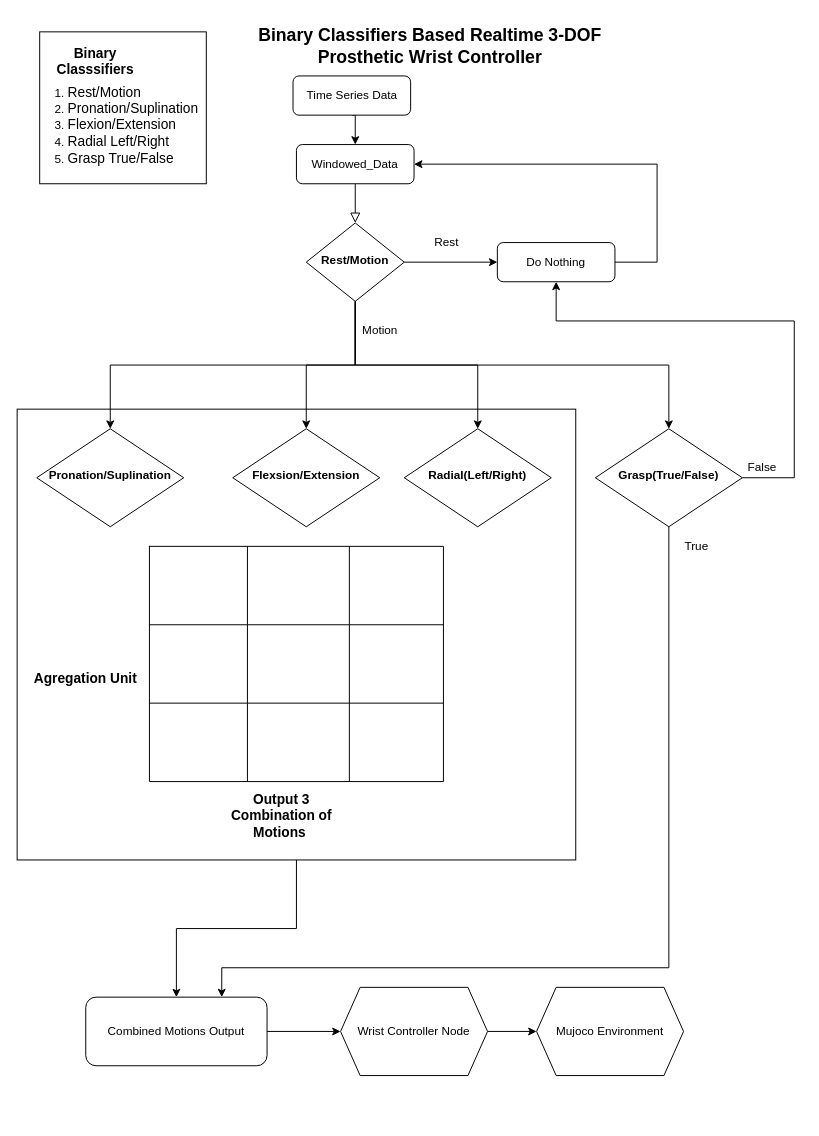
The draw.io diagram media/Motion Controll.drawio in fazildgr8/myotron_wrist_control, before the edit. Source tidied: cells renumbered, new cells numbered last; positions are measured from the earlier drawing's top-left corner, leaving out a move shared by most shapes. Both pictures are drawn from the tidied source at 98%, with x=0, y=0 at pixel (17, 17).
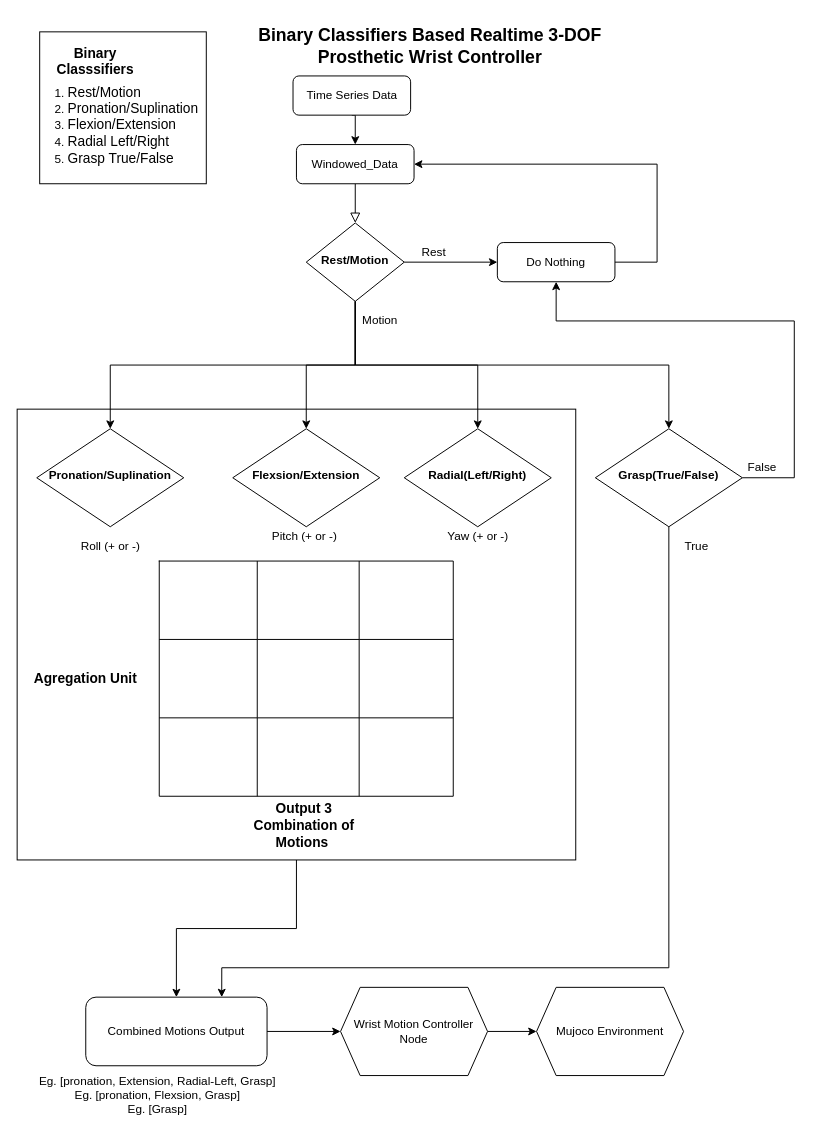
After the change.

What changed in the source:
```diff
@@
     <mxCell id="21" style="shape=table;html=1;whiteSpace=wrap;startSize=0;childLayout=tableLayout;" parent="1" vertex="1">
-      <mxGeometry x="135" y="540" width="300" height="240" as="geometry" />
+      <mxGeometry x="145" y="555" width="300" height="240" as="geometry" />
     </mxCell>
@@
     <mxCell id="34" value="Motion" style="text;html=1;align=center;verticalAlign=middle;" parent="1" vertex="1">
-      <mxGeometry x="345" y="310" width="50" height="20" as="geometry" />
+      <mxGeometry x="345" y="300" width="50" height="20" as="geometry" />
     </mxCell>
@@
-    <mxCell id="42" value="Wrist Controller Node" style="shape=hexagon;perimeter=hexagonPerimeter2;whiteSpace=wrap;html=1;fixedSize=1;" parent="1" vertex="1">
+    <mxCell id="42" value="Wrist Motion Controller Node" style="shape=hexagon;perimeter=hexagonPerimeter2;whiteSpace=wrap;html=1;fixedSize=1;" parent="1" vertex="1">
       <mxGeometry x="330" y="990" width="150" height="90" as="geometry" />
     </mxCell>
@@
     <mxCell id="45" value="&lt;b&gt;&lt;font style=&quot;font-size: 14px&quot;&gt;Output 3 Combination of Motions&amp;nbsp;&lt;/font&gt;&lt;/b&gt;" style="text;html=1;strokeColor=none;fillColor=none;align=center;verticalAlign=middle;whiteSpace=wrap;rounded=0;" parent="1" vertex="1">
-      <mxGeometry x="210" y="810" width="120" height="10" as="geometry" />
+      <mxGeometry x="233" y="820" width="120" height="10" as="geometry" />
     </mxCell>
@@
     <mxCell id="50" value="Rest" style="text;html=1;align=center;verticalAlign=middle;" parent="1" vertex="1">
-      <mxGeometry x="418" y="220" width="40" height="20" as="geometry" />
+      <mxGeometry x="405" y="230" width="40" height="20" as="geometry" />
     </mxCell>
+    <mxCell id="51" value="Roll (+ or -)" style="text;html=1;align=center;verticalAlign=middle;" parent="1" vertex="1">
+      <mxGeometry x="55" y="530" width="80" height="20" as="geometry" />
+    </mxCell>
+    <mxCell id="52" value="Pitch (+ or -)" style="text;html=1;align=center;verticalAlign=middle;" parent="1" vertex="1">
+      <mxGeometry x="253" y="520" width="80" height="20" as="geometry" />
+    </mxCell>
+    <mxCell id="53" value="Yaw (+ or -)" style="text;html=1;align=center;verticalAlign=middle;" parent="1" vertex="1">
+      <mxGeometry x="430" y="520" width="80" height="20" as="geometry" />
+    </mxCell>
+    <mxCell id="54" value="Eg. [pronation, Extension, Radial-Left, Grasp]&lt;br&gt;Eg. [pronation, Flexsion, Grasp]&lt;br&gt;Eg. [Grasp]" style="text;html=1;align=center;verticalAlign=middle;" parent="1" vertex="1">
+      <mxGeometry x="13" y="1075" width="260" height="50" as="geometry" />
+    </mxCell>
```
